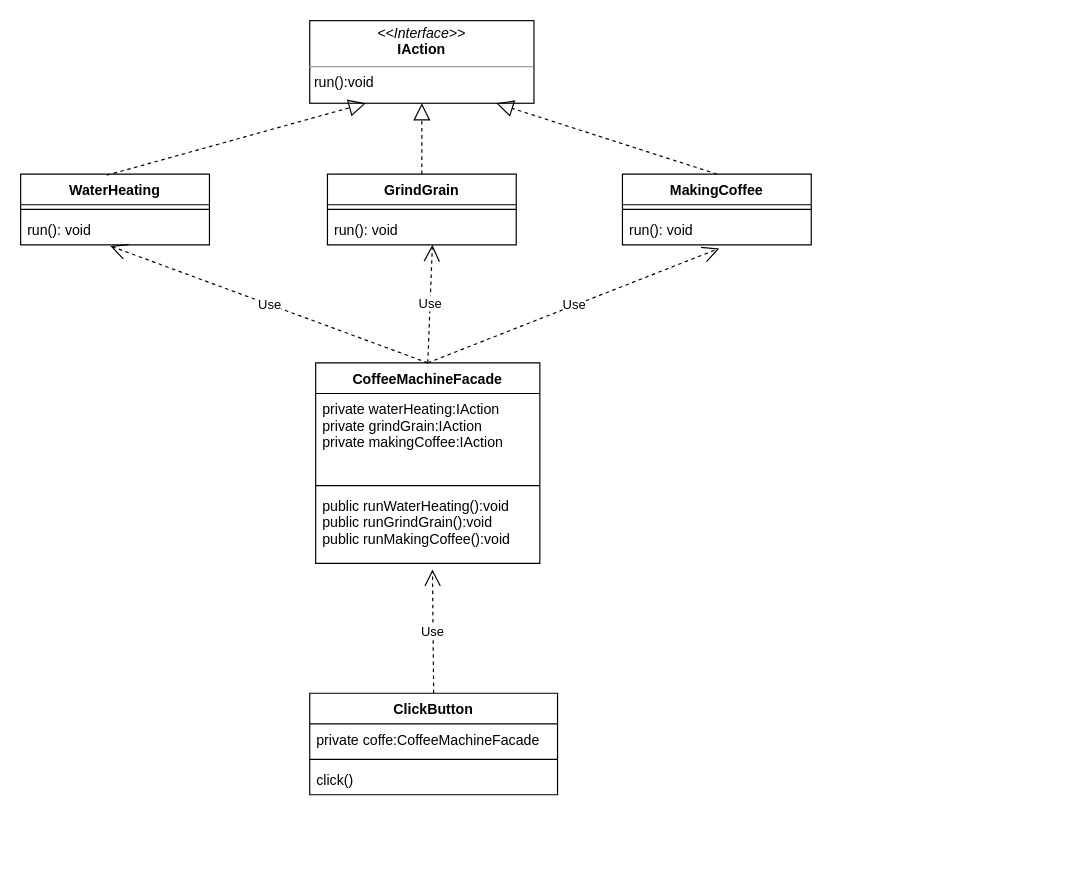
The draw.io diagram Structural/Facade/Facade.drawio in MichailDD/OOP, before the edit. Source tidied: cells renumbered, new cells numbered last; positions are measured from the earlier drawing's top-left corner, leaving out a move shared by most shapes. Both pictures are drawn from the tidied source at 118%, with x=0, y=0 at pixel (20, 20).
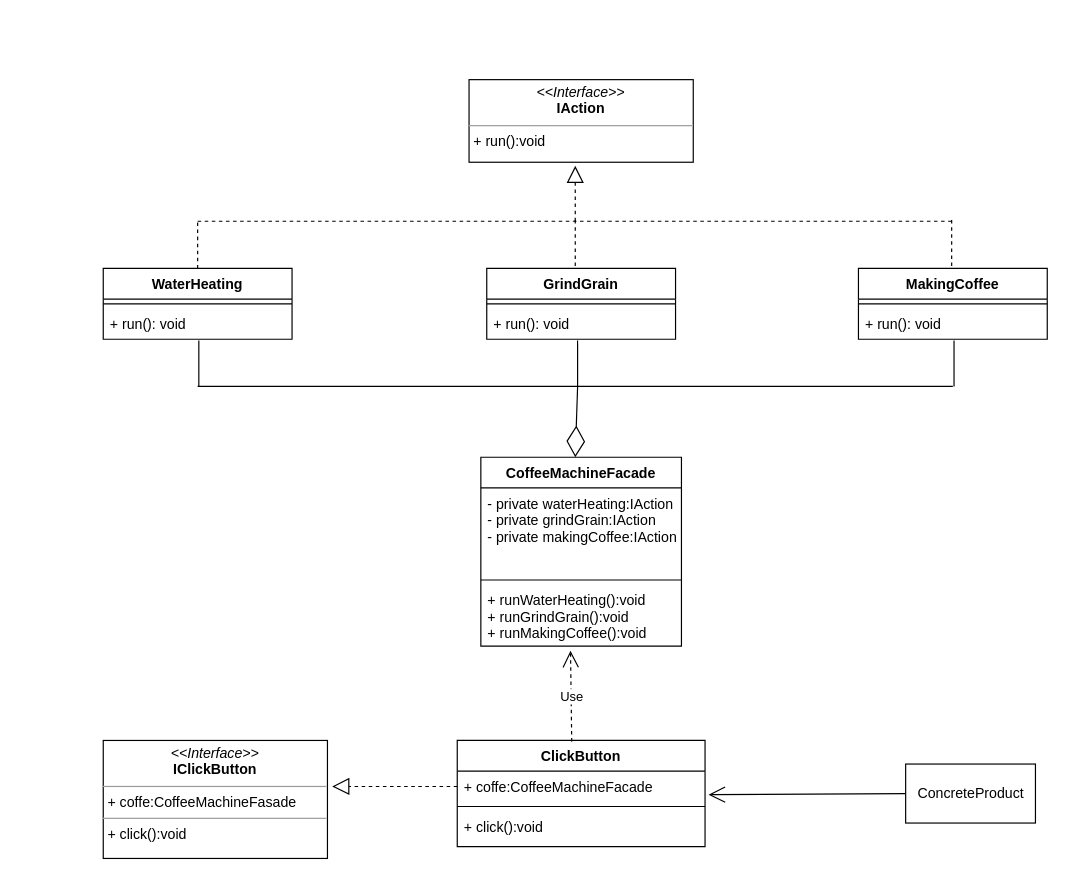
After the change.

Diff of the diagram source:
```diff
@@
-    <mxCell id="2" value="&lt;p style=&quot;margin: 0px ; margin-top: 4px ; text-align: center&quot;&gt;&lt;i&gt;&amp;lt;&amp;lt;Interface&amp;gt;&amp;gt;&lt;/i&gt;&lt;br&gt;&lt;b&gt;IAction&lt;/b&gt;&lt;/p&gt;&lt;hr size=&quot;1&quot;&gt;&lt;p style=&quot;margin: 0px ; margin-left: 4px&quot;&gt;run():void&lt;/p&gt;" style="verticalAlign=top;align=left;overflow=fill;fontSize=12;fontFamily=Helvetica;html=1;" parent="1" vertex="1">
-      <mxGeometry x="245" width="190" height="70" as="geometry" />
-    </mxCell>
+    <mxCell id="27" value="&lt;p style=&quot;margin:0px;margin-top:4px;text-align:center;&quot;&gt;&lt;i&gt;&amp;lt;&amp;lt;Interface&amp;gt;&amp;gt;&lt;/i&gt;&lt;br&gt;&lt;b&gt;IAction&lt;/b&gt;&lt;/p&gt;&lt;hr size=&quot;1&quot;&gt;&lt;p style=&quot;margin:0px;margin-left:4px;&quot;&gt;+ run():void&lt;br&gt;&lt;/p&gt;" style="verticalAlign=top;align=left;overflow=fill;fontSize=12;fontFamily=Helvetica;html=1;" parent="1" vertex="1">
+      <mxGeometry x="380" y="50" width="190" height="70" as="geometry" />
+    </mxCell>
     <mxCell id="3" value="WaterHeating" style="swimlane;fontStyle=1;align=center;verticalAlign=top;horizontal=1;startSize=26;" parent="1" vertex="1">
-      <mxGeometry y="130" width="160" height="60" as="geometry" />
+      <mxGeometry x="70" y="210" width="160" height="60" as="geometry" />
     </mxCell>
-    <mxCell id="4" style="line;strokeWidth=1;fillColor=none;align=left;verticalAlign=middle;spacingTop=-1;spacingLeft=3;spacingRight=3;labelPosition=right;" parent="3" vertex="1">
-      <mxGeometry y="26" width="160" height="8" as="geometry" />
-    </mxCell>
-    <mxCell id="5" value="run(): void" style="text;strokeColor=none;fillColor=none;align=left;verticalAlign=top;spacingLeft=4;spacingRight=4;overflow=hidden;points=[[0,0.5],[1,0.5]];portConstraint=eastwest;" parent="3" vertex="1">
-      <mxGeometry y="34" width="160" height="26" as="geometry" />
-    </mxCell>
+    <mxCell id="28" style="line;strokeWidth=1;fillColor=none;align=left;verticalAlign=middle;spacingTop=-1;spacingLeft=3;spacingRight=3;labelPosition=right;strokeColor=inherit;" parent="3" vertex="1">
+      <mxGeometry y="26" width="160" height="8" as="geometry" />
+    </mxCell>
+    <mxCell id="29" value="+ run(): void" style="text;strokeColor=none;fillColor=none;align=left;verticalAlign=top;spacingLeft=4;spacingRight=4;overflow=hidden;" parent="3" vertex="1">
+      <mxGeometry y="34" width="160" height="26" as="geometry" />
+    </mxCell>
+    <mxCell id="9" value="GrindGrain" style="swimlane;fontStyle=1;align=center;verticalAlign=top;horizontal=1;startSize=26;" parent="1" vertex="1">
+      <mxGeometry x="395" y="210" width="160" height="60" as="geometry" />
+    </mxCell>
+    <mxCell id="30" style="line;strokeWidth=1;fillColor=none;align=left;verticalAlign=middle;spacingTop=-1;spacingLeft=3;spacingRight=3;labelPosition=right;strokeColor=inherit;" parent="9" vertex="1">
+      <mxGeometry y="26" width="160" height="8" as="geometry" />
+    </mxCell>
+    <mxCell id="31" value="+ run(): void" style="text;strokeColor=none;fillColor=none;align=left;verticalAlign=top;spacingLeft=4;spacingRight=4;overflow=hidden;points=[[0,0.5],[1,0.5]];portConstraint=eastwest;" parent="9" vertex="1">
+      <mxGeometry y="34" width="160" height="26" as="geometry" />
+    </mxCell>
     <mxCell id="6" value="MakingCoffee" style="swimlane;fontStyle=1;align=center;verticalAlign=top;horizontal=1;startSize=26;" parent="1" vertex="1">
-      <mxGeometry x="510" y="130" width="160" height="60" as="geometry" />
+      <mxGeometry x="710" y="210" width="160" height="60" as="geometry" />
     </mxCell>
-    <mxCell id="7" style="line;strokeWidth=1;fillColor=none;align=left;verticalAlign=middle;spacingTop=-1;spacingLeft=3;spacingRight=3;labelPosition=right;" parent="6" vertex="1">
-      <mxGeometry y="26" width="160" height="8" as="geometry" />
-    </mxCell>
-    <mxCell id="8" value="run(): void" style="text;strokeColor=none;fillColor=none;align=left;verticalAlign=top;spacingLeft=4;spacingRight=4;overflow=hidden;points=[[0,0.5],[1,0.5]];portConstraint=eastwest;" parent="6" vertex="1">
-      <mxGeometry y="34" width="160" height="26" as="geometry" />
-    </mxCell>
-    <mxCell id="9" value="GrindGrain" style="swimlane;fontStyle=1;align=center;verticalAlign=top;horizontal=1;startSize=26;" parent="1" vertex="1">
-      <mxGeometry x="260" y="130" width="160" height="60" as="geometry" />
-    </mxCell>
-    <mxCell id="10" style="line;strokeWidth=1;fillColor=none;align=left;verticalAlign=middle;spacingTop=-1;spacingLeft=3;spacingRight=3;labelPosition=right;" parent="9" vertex="1">
-      <mxGeometry y="26" width="160" height="8" as="geometry" />
-    </mxCell>
-    <mxCell id="11" value="run(): void" style="text;strokeColor=none;fillColor=none;align=left;verticalAlign=top;spacingLeft=4;spacingRight=4;overflow=hidden;points=[[0,0.5],[1,0.5]];portConstraint=eastwest;" parent="9" vertex="1">
-      <mxGeometry y="34" width="160" height="26" as="geometry" />
-    </mxCell>
-    <mxCell id="12" style="endArrow=block;dashed=1;endFill=0;endSize=12;html=1;exitX=0.456;exitY=0.017;exitDx=0;exitDy=0;exitPerimeter=0;entryX=0.25;entryY=1;entryDx=0;entryDy=0;" parent="1" edge="1" source="3" target="2">
-      <mxGeometry relative="1" as="geometry" />
-    </mxCell>
-    <mxCell id="13" style="endArrow=block;dashed=1;endFill=0;endSize=12;html=1;exitX=0.5;exitY=0;exitDx=0;exitDy=0;entryX=0.5;entryY=1;entryDx=0;entryDy=0;" parent="1" edge="1" source="9" target="2">
-      <mxGeometry relative="1" as="geometry" />
-    </mxCell>
-    <mxCell id="14" style="endArrow=block;dashed=1;endFill=0;endSize=12;html=1;exitX=0.5;exitY=0;exitDx=0;exitDy=0;entryX=0.832;entryY=1;entryDx=0;entryDy=0;entryPerimeter=0;" parent="1" edge="1" source="6" target="2">
-      <mxGeometry relative="1" as="geometry" />
-    </mxCell>
+    <mxCell id="32" style="line;strokeWidth=1;fillColor=none;align=left;verticalAlign=middle;spacingTop=-1;spacingLeft=3;spacingRight=3;labelPosition=right;strokeColor=inherit;" parent="6" vertex="1">
+      <mxGeometry y="26" width="160" height="8" as="geometry" />
+    </mxCell>
+    <mxCell id="33" value="+ run(): void" style="text;strokeColor=none;fillColor=none;align=left;verticalAlign=top;spacingLeft=4;spacingRight=4;overflow=hidden;" parent="6" vertex="1">
+      <mxGeometry y="34" width="160" height="26" as="geometry" />
+    </mxCell>
+    <mxCell id="34" style="endArrow=none;dashed=1;html=1;rounded=0;exitX=0.5;exitY=0;exitDx=0;exitDy=0;" parent="1" edge="1" source="3">
+      <mxGeometry relative="1" as="geometry">
+        <mxPoint x="150" y="170" as="targetPoint" />
+      </mxGeometry>
+    </mxCell>
+    <mxCell id="35" style="endArrow=none;dashed=1;html=1;rounded=0;exitX=0.5;exitY=0;exitDx=0;exitDy=0;" parent="1" edge="1">
+      <mxGeometry relative="1" as="geometry">
+        <mxPoint x="470" y="208" as="sourcePoint" />
+        <mxPoint x="470" y="168" as="targetPoint" />
+      </mxGeometry>
+    </mxCell>
+    <mxCell id="36" style="endArrow=none;dashed=1;html=1;rounded=0;exitX=0.5;exitY=0;exitDx=0;exitDy=0;" parent="1" edge="1">
+      <mxGeometry relative="1" as="geometry">
+        <mxPoint x="789" y="208" as="sourcePoint" />
+        <mxPoint x="789" y="168" as="targetPoint" />
+      </mxGeometry>
+    </mxCell>
+    <mxCell id="37" style="endArrow=none;dashed=1;html=1;rounded=0;" parent="1" edge="1">
+      <mxGeometry relative="1" as="geometry">
+        <mxPoint x="150" y="170" as="sourcePoint" />
+        <mxPoint x="790" y="170" as="targetPoint" />
+      </mxGeometry>
+    </mxCell>
+    <mxCell id="38" style="endArrow=block;dashed=1;endFill=0;endSize=12;html=1;rounded=0;" parent="1" edge="1">
+      <mxGeometry relative="1" as="geometry">
+        <mxPoint x="470" y="170" as="sourcePoint" />
+        <mxPoint x="470" y="123" as="targetPoint" />
+      </mxGeometry>
+    </mxCell>
     <mxCell id="15" value="CoffeeMachineFacade" style="swimlane;fontStyle=1;align=center;verticalAlign=top;horizontal=1;startSize=26;" parent="1" vertex="1">
-      <mxGeometry x="250" y="290" width="190" height="170" as="geometry" />
+      <mxGeometry x="390" y="370" width="170" height="160" as="geometry" />
     </mxCell>
-    <mxCell id="16" value=" private waterHeating:IAction&#10;    private grindGrain:IAction&#10;    private makingCoffee:IAction" style="text;strokeColor=none;fillColor=none;align=left;verticalAlign=top;spacingLeft=4;spacingRight=4;overflow=hidden;" parent="15" vertex="1">
-      <mxGeometry y="26" width="190" height="74" as="geometry" />
-    </mxCell>
-    <mxCell id="17" style="line;strokeWidth=1;fillColor=none;align=left;verticalAlign=middle;spacingTop=-1;spacingLeft=3;spacingRight=3;labelPosition=right;" parent="15" vertex="1">
-      <mxGeometry y="100" width="190" height="8" as="geometry" />
-    </mxCell>
-    <mxCell id="18" value="public runWaterHeating():void&#10;public runGrindGrain():void&#10;public runMakingCoffee():void" style="text;strokeColor=none;fillColor=none;align=left;verticalAlign=top;spacingLeft=4;spacingRight=4;overflow=hidden;points=[[0,0.5],[1,0.5]];portConstraint=eastwest;" parent="15" vertex="1">
-      <mxGeometry y="108" width="190" height="62" as="geometry" />
-    </mxCell>
-    <mxCell id="19" value="Use" style="endArrow=open;endSize=12;dashed=1;html=1;exitX=0.5;exitY=0;exitDx=0;exitDy=0;entryX=0.475;entryY=1.038;entryDx=0;entryDy=0;entryPerimeter=0;" parent="1" edge="1" source="15" target="5">
-      <mxGeometry relative="1" as="geometry" />
-    </mxCell>
-    <mxCell id="20" value="Use" style="endArrow=open;endSize=12;dashed=1;html=1;exitX=0.5;exitY=0;exitDx=0;exitDy=0;entryX=0.556;entryY=1;entryDx=0;entryDy=0;entryPerimeter=0;" parent="1" edge="1" source="15" target="11">
-      <mxGeometry relative="1" as="geometry" />
-    </mxCell>
-    <mxCell id="21" value="Use" style="endArrow=open;endSize=12;dashed=1;html=1;exitX=0.5;exitY=0;exitDx=0;exitDy=0;entryX=0.513;entryY=1.115;entryDx=0;entryDy=0;entryPerimeter=0;" parent="1" edge="1" source="15" target="8">
-      <mxGeometry relative="1" as="geometry" />
-    </mxCell>
-    <mxCell id="22" value="Use" style="endArrow=open;endSize=12;dashed=1;html=1;exitX=0.5;exitY=0;exitDx=0;exitDy=0;entryX=0.521;entryY=1.081;entryDx=0;entryDy=0;entryPerimeter=0;" parent="1" edge="1" source="23" target="18">
-      <mxGeometry relative="1" as="geometry" />
-    </mxCell>
+    <mxCell id="39" value="- private waterHeating:IAction&#10;- private grindGrain:IAction&#10;- private makingCoffee:IAction" style="text;strokeColor=none;fillColor=none;align=left;verticalAlign=top;spacingLeft=4;spacingRight=4;overflow=hidden;" parent="15" vertex="1">
+      <mxGeometry y="26" width="170" height="74" as="geometry" />
+    </mxCell>
+    <mxCell id="40" style="line;strokeWidth=1;fillColor=none;align=left;verticalAlign=middle;spacingTop=-1;spacingLeft=3;spacingRight=3;labelPosition=right;strokeColor=inherit;" parent="15" vertex="1">
+      <mxGeometry y="100" width="170" height="8" as="geometry" />
+    </mxCell>
+    <mxCell id="41" value="+ runWaterHeating():void&#10;+ runGrindGrain():void&#10;+ runMakingCoffee():void" style="text;strokeColor=none;fillColor=none;align=left;verticalAlign=top;spacingLeft=4;spacingRight=4;overflow=hidden;points=[[0,0.5],[1,0.5]];portConstraint=eastwest;" parent="15" vertex="1">
+      <mxGeometry y="108" width="170" height="52" as="geometry" />
+    </mxCell>
+    <mxCell id="42" style="endArrow=none;html=1;rounded=0;entryX=0.481;entryY=1.038;entryDx=0;entryDy=0;entryPerimeter=0;" parent="1" edge="1" target="31">
+      <mxGeometry relative="1" as="geometry">
+        <mxPoint x="472" y="310" as="sourcePoint" />
+      </mxGeometry>
+    </mxCell>
+    <mxCell id="43" style="endArrow=none;html=1;rounded=0;entryX=0.481;entryY=1.038;entryDx=0;entryDy=0;entryPerimeter=0;" parent="1" edge="1">
+      <mxGeometry relative="1" as="geometry">
+        <mxPoint x="151" y="310" as="sourcePoint" />
+        <mxPoint x="151" y="271" as="targetPoint" />
+      </mxGeometry>
+    </mxCell>
+    <mxCell id="44" style="endArrow=none;html=1;rounded=0;entryX=0.481;entryY=1.038;entryDx=0;entryDy=0;entryPerimeter=0;" parent="1" edge="1">
+      <mxGeometry relative="1" as="geometry">
+        <mxPoint x="791" y="310" as="sourcePoint" />
+        <mxPoint x="791" y="271" as="targetPoint" />
+      </mxGeometry>
+    </mxCell>
+    <mxCell id="45" style="endArrow=none;html=1;rounded=0;" parent="1" edge="1">
+      <mxGeometry relative="1" as="geometry">
+        <mxPoint x="150" y="310" as="sourcePoint" />
+        <mxPoint x="790" y="310" as="targetPoint" />
+      </mxGeometry>
+    </mxCell>
+    <mxCell id="46" style="endArrow=diamondThin;endFill=0;endSize=24;html=1;rounded=0;" parent="1" edge="1">
+      <mxGeometry relative="1" as="geometry">
+        <mxPoint x="472" y="310" as="sourcePoint" />
+        <mxPoint x="470" y="370" as="targetPoint" />
+      </mxGeometry>
+    </mxCell>
+    <mxCell id="47" value="&lt;p style=&quot;margin:0px;margin-top:4px;text-align:center;&quot;&gt;&lt;i&gt;&amp;lt;&amp;lt;Interface&amp;gt;&amp;gt;&lt;/i&gt;&lt;br&gt;&lt;b&gt;IClickButton&lt;/b&gt;&lt;/p&gt;&lt;hr size=&quot;1&quot;&gt;&lt;p style=&quot;margin:0px;margin-left:4px;&quot;&gt;+ coffe:CoffeeMachineFasade&lt;br&gt;&lt;/p&gt;&lt;hr size=&quot;1&quot;&gt;&lt;p style=&quot;margin:0px;margin-left:4px;&quot;&gt;+ click():void&lt;br&gt;&lt;/p&gt;" style="verticalAlign=top;align=left;overflow=fill;fontSize=12;fontFamily=Helvetica;html=1;" parent="1" vertex="1">
+      <mxGeometry x="70" y="610" width="190" height="100" as="geometry" />
+    </mxCell>
     <mxCell id="23" value="ClickButton" style="swimlane;fontStyle=1;align=center;verticalAlign=top;horizontal=1;startSize=26;" parent="1" vertex="1">
-      <mxGeometry x="245" y="570" width="210" height="86" as="geometry" />
+      <mxGeometry x="370" y="610" width="210" height="90" as="geometry" />
     </mxCell>
-    <mxCell id="24" value=" private coffe:CoffeeMachineFacade" style="text;strokeColor=none;fillColor=none;align=left;verticalAlign=top;spacingLeft=4;spacingRight=4;overflow=hidden;" parent="23" vertex="1">
-      <mxGeometry y="26" width="210" height="26" as="geometry" />
-    </mxCell>
-    <mxCell id="25" style="line;strokeWidth=1;fillColor=none;align=left;verticalAlign=middle;spacingTop=-1;spacingLeft=3;spacingRight=3;labelPosition=right;" parent="23" vertex="1">
-      <mxGeometry y="52" width="210" height="8" as="geometry" />
-    </mxCell>
-    <mxCell id="26" value="click()" style="text;strokeColor=none;fillColor=none;align=left;verticalAlign=top;spacingLeft=4;spacingRight=4;overflow=hidden;" parent="23" vertex="1">
-      <mxGeometry y="60" width="210" height="26" as="geometry" />
-    </mxCell>
+    <mxCell id="48" value="+ coffe:CoffeeMachineFacade" style="text;strokeColor=none;fillColor=none;align=left;verticalAlign=top;spacingLeft=4;spacingRight=4;overflow=hidden;points=[[0,0.5],[1,0.5]];portConstraint=eastwest;" parent="23" vertex="1">
+      <mxGeometry y="26" width="210" height="26" as="geometry" />
+    </mxCell>
+    <mxCell id="49" style="line;strokeWidth=1;fillColor=none;align=left;verticalAlign=middle;spacingTop=-1;spacingLeft=3;spacingRight=3;labelPosition=right;strokeColor=inherit;" parent="23" vertex="1">
+      <mxGeometry y="52" width="210" height="8" as="geometry" />
+    </mxCell>
+    <mxCell id="50" value="+ click():void" style="text;strokeColor=none;fillColor=none;align=left;verticalAlign=top;spacingLeft=4;spacingRight=4;overflow=hidden;" parent="23" vertex="1">
+      <mxGeometry y="60" width="210" height="30" as="geometry" />
+    </mxCell>
+    <mxCell id="51" style="endArrow=block;dashed=1;endFill=0;endSize=12;html=1;rounded=0;exitX=0;exitY=0.5;exitDx=0;exitDy=0;entryX=1.021;entryY=0.39;entryDx=0;entryDy=0;entryPerimeter=0;" parent="1" edge="1" source="48" target="47">
+      <mxGeometry relative="1" as="geometry" />
+    </mxCell>
+    <mxCell id="52" value="Use" style="endArrow=open;endSize=12;dashed=1;html=1;rounded=0;exitX=0.462;exitY=0.011;exitDx=0;exitDy=0;exitPerimeter=0;entryX=0.447;entryY=1.077;entryDx=0;entryDy=0;entryPerimeter=0;" parent="1" edge="1" source="23" target="41">
+      <mxGeometry relative="1" as="geometry" />
+    </mxCell>
+    <mxCell id="53" value="ConcreteProduct" style="html=1;" parent="1" vertex="1">
+      <mxGeometry x="750" y="630" width="110" height="50" as="geometry" />
+    </mxCell>
+    <mxCell id="54" style="endArrow=open;endFill=1;endSize=12;html=1;rounded=0;exitX=0;exitY=0.5;exitDx=0;exitDy=0;entryX=1.014;entryY=0.769;entryDx=0;entryDy=0;entryPerimeter=0;" parent="1" edge="1" source="53" target="48">
+      <mxGeometry relative="1" as="geometry" />
+    </mxCell>
```
